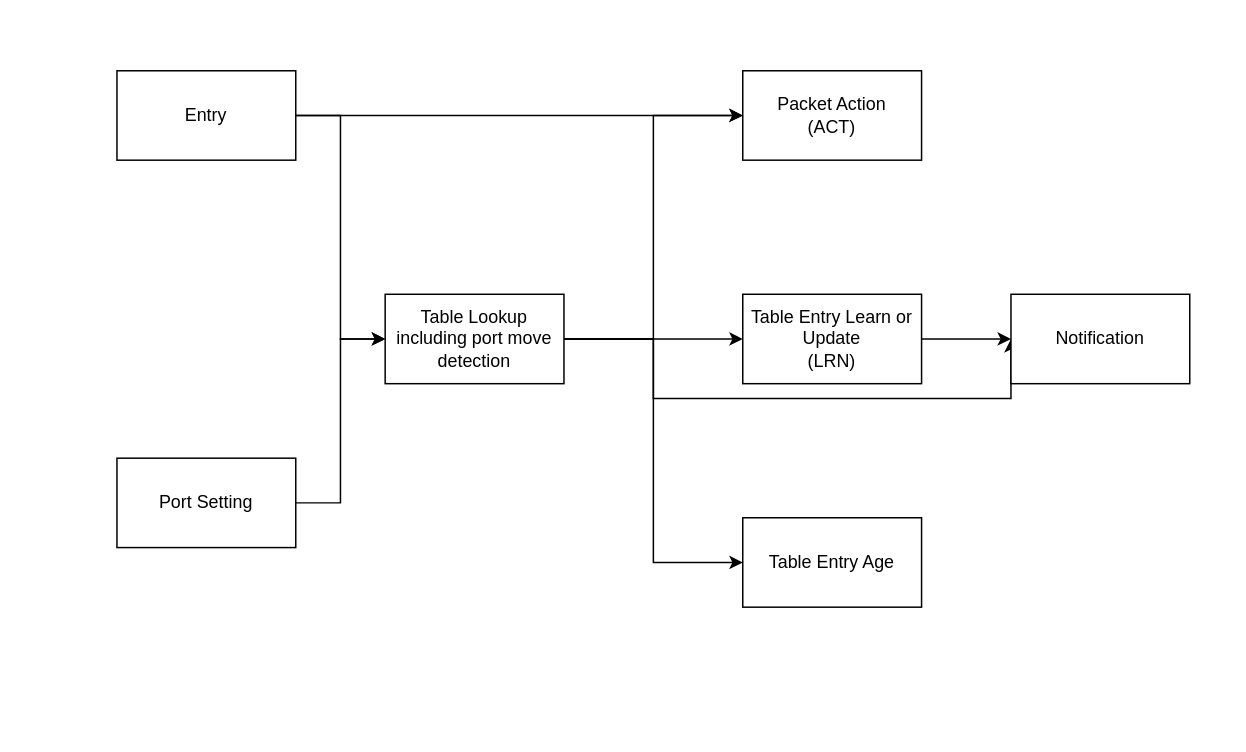
Earlier version of the draw.io diagram Untitled Diagram.drawio (NotSmall/hello-world). Source tidied: cells renumbered, new cells numbered last; positions are measured from the earlier drawing's top-left corner, leaving out a move shared by most shapes. Both pictures are drawn from the tidied source at 149%, with x=0, y=0 at pixel (116, 70).
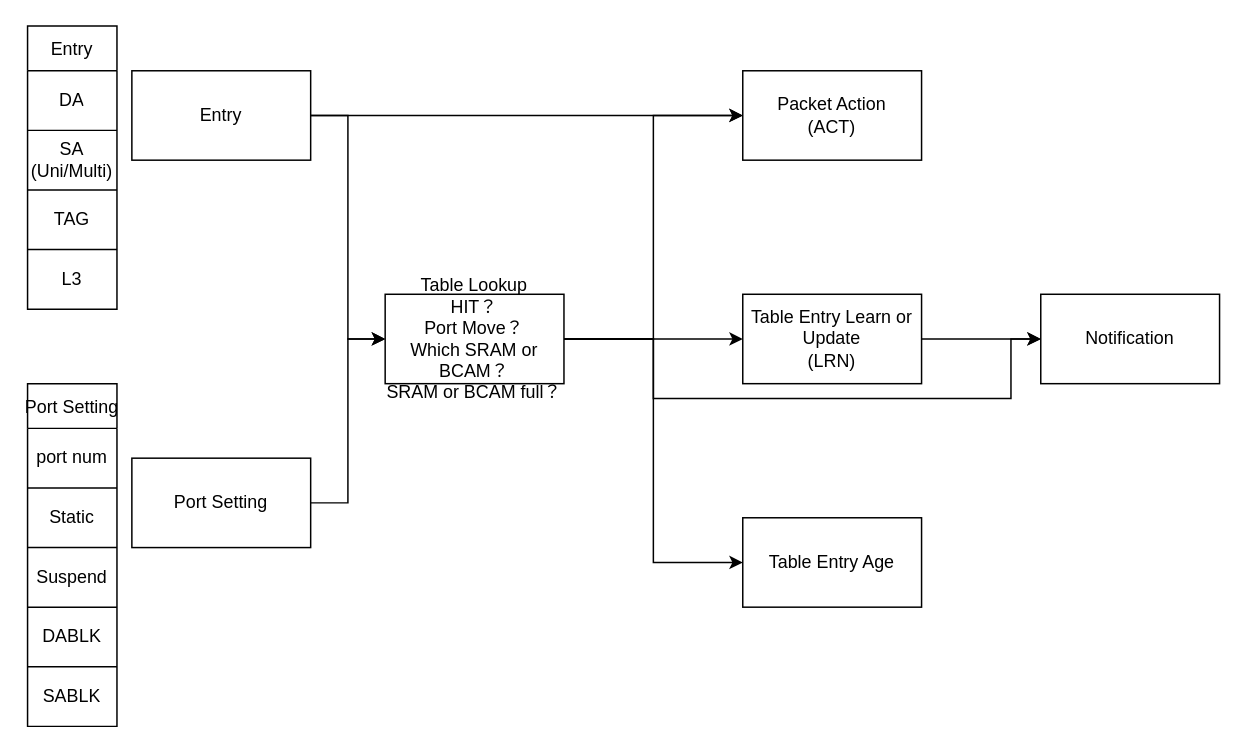
After the change.

What changed in the source:
```diff
@@
-    <mxCell id="4" value="Entry" style="rounded=0;whiteSpace=wrap;html=1;" parent="1" vertex="1">
-      <mxGeometry width="120" height="60" as="geometry" />
+    <mxCell id="4" value="Entry" style="rounded=0;whiteSpace=wrap;html=1;gradientColor=none;" parent="1" vertex="1">
+      <mxGeometry x="10" width="120" height="60" as="geometry" />
     </mxCell>
@@
     <mxCell id="6" value="Port Setting" style="rounded=0;whiteSpace=wrap;html=1;" parent="1" vertex="1">
-      <mxGeometry y="260" width="120" height="60" as="geometry" />
+      <mxGeometry x="10" y="260" width="120" height="60" as="geometry" />
     </mxCell>
@@
-    <mxCell id="11" value="Table Lookup&lt;br&gt;including port move detection" style="rounded=0;whiteSpace=wrap;html=1;" parent="1" vertex="1">
+    <mxCell id="11" value="Table Lookup&lt;br&gt;HIT？&lt;br&gt;Port Move？&lt;br&gt;Which SRAM or BCAM？&lt;br&gt;SRAM or BCAM full？" style="rounded=0;whiteSpace=wrap;html=1;" parent="1" vertex="1">
       <mxGeometry x="180" y="150" width="120" height="60" as="geometry" />
     </mxCell>
@@
     <mxCell id="16" value="Notification" style="rounded=0;whiteSpace=wrap;html=1;" parent="1" vertex="1">
-      <mxGeometry x="600" y="150" width="120" height="60" as="geometry" />
+      <mxGeometry x="620" y="150" width="120" height="60" as="geometry" />
     </mxCell>
+    <mxCell id="17" value="Entry" style="shape=table;startSize=30;childLayout=tableLayout;" parent="1" vertex="1">
+      <mxGeometry x="-60" y="-30" width="60" height="190" as="geometry" />
+    </mxCell>
+    <mxCell id="18" style="shape=tableRow;horizontal=0;startSize=0;swimlaneHead=0;swimlaneBody=0;top=0;left=0;bottom=0;right=0;fillColor=none;" parent="17" vertex="1">
+      <mxGeometry y="30" width="60" height="40" as="geometry" />
+    </mxCell>
+    <mxCell id="19" value="DA" style="shape=partialRectangle;html=1;whiteSpace=wrap;overflow=hidden;fillColor=none;top=0;left=0;bottom=0;right=0;" parent="18" vertex="1">
+      <mxGeometry width="60" height="40" as="geometry" />
+    </mxCell>
+    <mxCell id="20" style="shape=tableRow;horizontal=0;startSize=0;swimlaneHead=0;swimlaneBody=0;top=0;left=0;bottom=0;right=0;fillColor=none;" parent="17" vertex="1">
+      <mxGeometry y="70" width="60" height="40" as="geometry" />
+    </mxCell>
+    <mxCell id="21" value="SA&lt;br&gt;(Uni/Multi)" style="shape=partialRectangle;html=1;whiteSpace=wrap;overflow=hidden;fillColor=none;top=0;left=0;bottom=0;right=0;" parent="20" vertex="1">
+      <mxGeometry width="60" height="40" as="geometry" />
+    </mxCell>
+    <mxCell id="22" style="shape=tableRow;horizontal=0;startSize=0;swimlaneHead=0;swimlaneBody=0;top=0;left=0;bottom=0;right=0;fillColor=none;" parent="17" vertex="1">
+      <mxGeometry y="110" width="60" height="40" as="geometry" />
+    </mxCell>
+    <mxCell id="23" value="TAG" style="shape=partialRectangle;html=1;whiteSpace=wrap;overflow=hidden;fillColor=none;top=0;left=0;bottom=0;right=0;" parent="22" vertex="1">
+      <mxGeometry width="60" height="40" as="geometry" />
+    </mxCell>
+    <mxCell id="24" style="shape=tableRow;horizontal=0;startSize=0;swimlaneHead=0;swimlaneBody=0;top=0;left=0;bottom=0;right=0;fillColor=none;" parent="17" vertex="1">
+      <mxGeometry y="150" width="60" height="40" as="geometry" />
+    </mxCell>
+    <mxCell id="25" value="L3" style="shape=partialRectangle;html=1;whiteSpace=wrap;overflow=hidden;fillColor=none;top=0;left=0;bottom=0;right=0;" parent="24" vertex="1">
+      <mxGeometry width="60" height="40" as="geometry" />
+    </mxCell>
+    <mxCell id="26" value="Port Setting" style="shape=table;startSize=30;childLayout=tableLayout;" parent="1" vertex="1">
+      <mxGeometry x="-60" y="210" width="60" height="230" as="geometry" />
+    </mxCell>
+    <mxCell id="27" style="shape=tableRow;horizontal=0;startSize=0;swimlaneHead=0;swimlaneBody=0;top=0;left=0;bottom=0;right=0;fillColor=none;" parent="26" vertex="1">
+      <mxGeometry y="30" width="60" height="40" as="geometry" />
+    </mxCell>
+    <mxCell id="28" value="port num" style="shape=partialRectangle;html=1;whiteSpace=wrap;overflow=hidden;fillColor=none;top=0;left=0;bottom=0;right=0;" parent="27" vertex="1">
+      <mxGeometry width="60" height="40" as="geometry" />
+    </mxCell>
+    <mxCell id="29" style="shape=tableRow;horizontal=0;startSize=0;swimlaneHead=0;swimlaneBody=0;top=0;left=0;bottom=0;right=0;fillColor=none;" parent="26" vertex="1">
+      <mxGeometry y="70" width="60" height="40" as="geometry" />
+    </mxCell>
+    <mxCell id="30" value="Static" style="shape=partialRectangle;html=1;whiteSpace=wrap;overflow=hidden;fillColor=none;top=0;left=0;bottom=0;right=0;" parent="29" vertex="1">
+      <mxGeometry width="60" height="40" as="geometry" />
+    </mxCell>
+    <mxCell id="31" style="shape=tableRow;horizontal=0;startSize=0;swimlaneHead=0;swimlaneBody=0;top=0;left=0;bottom=0;right=0;fillColor=none;" parent="26" vertex="1">
+      <mxGeometry y="110" width="60" height="40" as="geometry" />
+    </mxCell>
+    <mxCell id="32" value="Suspend" style="shape=partialRectangle;html=1;whiteSpace=wrap;overflow=hidden;fillColor=none;top=0;left=0;bottom=0;right=0;" parent="31" vertex="1">
+      <mxGeometry width="60" height="40" as="geometry" />
+    </mxCell>
+    <mxCell id="33" style="shape=tableRow;horizontal=0;startSize=0;swimlaneHead=0;swimlaneBody=0;top=0;left=0;bottom=0;right=0;fillColor=none;" parent="26" vertex="1">
+      <mxGeometry y="150" width="60" height="40" as="geometry" />
+    </mxCell>
+    <mxCell id="34" value="DABLK" style="shape=partialRectangle;html=1;whiteSpace=wrap;overflow=hidden;fillColor=none;top=0;left=0;bottom=0;right=0;" parent="33" vertex="1">
+      <mxGeometry width="60" height="40" as="geometry" />
+    </mxCell>
+    <mxCell id="35" style="shape=tableRow;horizontal=0;startSize=0;swimlaneHead=0;swimlaneBody=0;top=0;left=0;bottom=0;right=0;fillColor=none;" parent="26" vertex="1">
+      <mxGeometry y="190" width="60" height="40" as="geometry" />
+    </mxCell>
+    <mxCell id="36" value="SABLK" style="shape=partialRectangle;html=1;whiteSpace=wrap;overflow=hidden;fillColor=none;top=0;left=0;bottom=0;right=0;" parent="35" vertex="1">
+      <mxGeometry width="60" height="40" as="geometry" />
+    </mxCell>
+    <mxCell id="37" style="shape=tableRow;horizontal=0;startSize=0;swimlaneHead=0;swimlaneBody=0;top=0;left=0;bottom=0;right=0;fillColor=none;" parent="1" vertex="1">
+      <mxGeometry x="-60" y="385" width="60" height="40" as="geometry" />
+    </mxCell>
```
